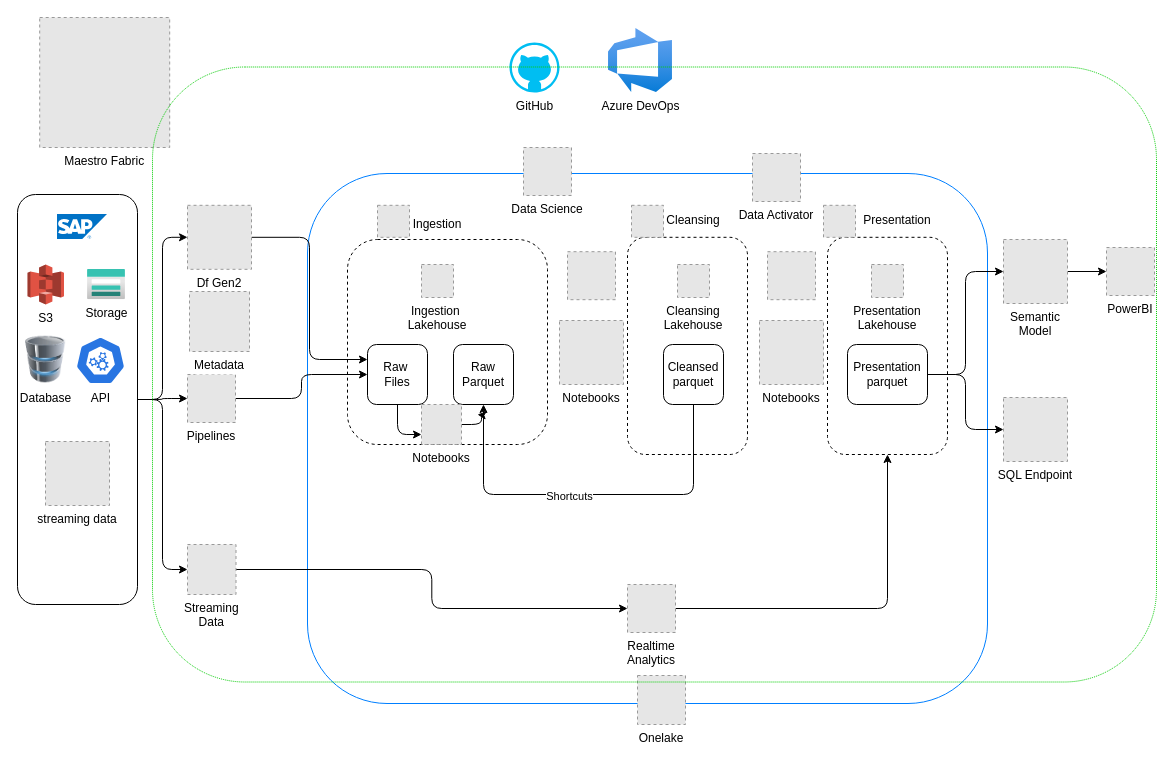
Above: page "Detail Architectuur" (6 of 6) of Fabric.drawio in reitse/FabulousFabricFiles (draw.io), before the change. Source tidied: cells renumbered, new cells numbered last; positions are measured from the earlier drawing's top-left corner, leaving out a move shared by most shapes. Both pictures are drawn from the tidied source at 100%, with x=0, y=0 at pixel (17, 17). Pictures stored in the file or linked from it are replaced by grey dashed boxes.
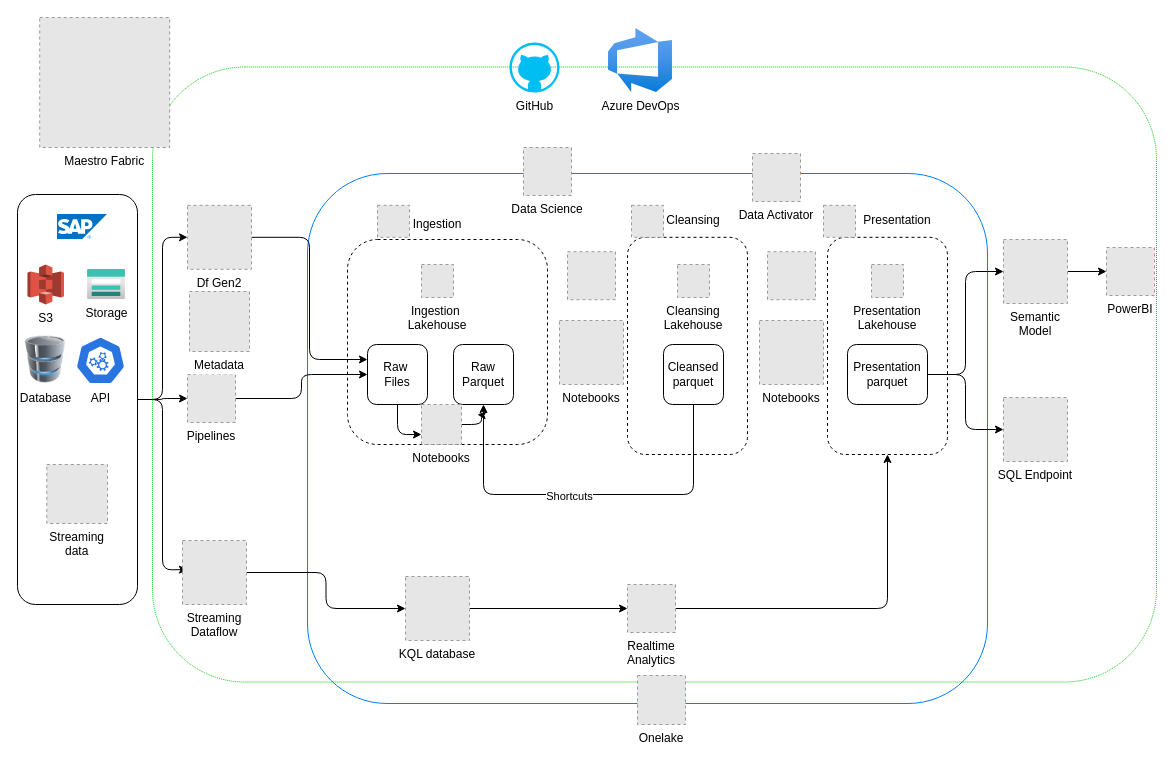
After the change.

The change refers to these unchanged cells:
```xml
<mxCell id="7" style="rounded=1;whiteSpace=wrap;html=1;" parent="1" vertex="1">
  <mxGeometry y="177" width="120" height="410" as="geometry" />
</mxCell>
<mxCell id="28" value="Realtime&#10;Analytics" style="fillColor=#E6E6E6;strokeColor=#999999;dashed=1;verticalLabelPosition=bottom;labelBackgroundColor=default;verticalAlign=top;" parent="1" vertex="1">
  <mxGeometry x="610" y="567" width="48" height="48" as="geometry" />
</mxCell>
```

Change to the diagram source:
```diff
@@
+    <mxCell id="59" style="rounded=1;whiteSpace=wrap;html=1;dashed=1;dashPattern=1 1;fillColor=none;strokeColor=#00CC00;" parent="1" vertex="1">
+      <mxGeometry x="135" y="49.5" width="1004" height="615" as="geometry" />
+    </mxCell>
-    <mxCell id="2" style="rounded=1;whiteSpace=wrap;html=1;strokeColor=#007FFF;" parent="1" vertex="1">
+    <mxCell id="2" style="rounded=1;whiteSpace=wrap;html=1;strokeColor=#007FFF;fillColor=none;" parent="1" vertex="1">
       <mxGeometry x="290" y="156" width="680" height="530" as="geometry" />
     </mxCell>
@@
-    <mxCell id="6" style="edgeStyle=orthogonalEdgeStyle;rounded=1;jettySize=auto;html=1;entryX=0;entryY=0.5;entryDx=0;entryDy=0;curved=0;" parent="1" edge="1" source="7" target="26">
-      <mxGeometry relative="1" as="geometry" />
+    <mxCell id="6" style="edgeStyle=orthogonalEdgeStyle;rounded=1;jettySize=auto;html=1;entryX=0;entryY=0.5;entryDx=0;entryDy=0;curved=0;" parent="1" edge="1" source="7">
+      <mxGeometry relative="1" as="geometry">
+        <mxPoint x="170" y="552" as="targetPoint" />
+      </mxGeometry>
     </mxCell>
@@
-    <mxCell id="25" style="edgeStyle=orthogonalEdgeStyle;rounded=1;jettySize=auto;html=1;curved=0;" parent="1" edge="1" source="26" target="28">
-      <mxGeometry relative="1" as="geometry" />
-    </mxCell>
-    <mxCell id="26" value="Streaming&#10;Data" style="fillColor=#E6E6E6;strokeColor=#999999;dashed=1;verticalLabelPosition=bottom;labelBackgroundColor=default;verticalAlign=top;" parent="1" vertex="1">
-      <mxGeometry x="170" y="527" width="48.5" height="50" as="geometry" />
-    </mxCell>
@@
-    <mxCell id="53" value="streaming data" style="fillColor=#E6E6E6;strokeColor=#999999;dashed=1;verticalLabelPosition=bottom;labelBackgroundColor=default;verticalAlign=top;" parent="1" vertex="1">
-      <mxGeometry x="28" y="424" width="64" height="64" as="geometry" />
-    </mxCell>
@@
-    <mxCell id="59" style="rounded=1;whiteSpace=wrap;html=1;dashed=1;dashPattern=1 1;fillColor=none;strokeColor=#00CC00;" parent="1" vertex="1">
-      <mxGeometry x="135" y="49.5" width="1004" height="615" as="geometry" />
-    </mxCell>
+    <mxCell id="60" style="edgeStyle=orthogonalEdgeStyle;rounded=0;jettySize=auto;html=1;" parent="1" edge="1" source="61" target="28">
+      <mxGeometry relative="1" as="geometry" />
+    </mxCell>
+    <mxCell id="61" value="KQL database" style="fillColor=#E6E6E6;strokeColor=#999999;dashed=1;verticalLabelPosition=bottom;labelBackgroundColor=default;verticalAlign=top;" parent="1" vertex="1">
+      <mxGeometry x="388" y="559" width="64" height="64" as="geometry" />
+    </mxCell>
+    <mxCell id="62" style="edgeStyle=orthogonalEdgeStyle;rounded=1;jettySize=auto;html=1;curved=0;" parent="1" edge="1" source="63" target="61">
+      <mxGeometry relative="1" as="geometry" />
+    </mxCell>
+    <mxCell id="63" value="Streaming&#10;Dataflow" style="fillColor=#E6E6E6;strokeColor=#999999;dashed=1;verticalLabelPosition=bottom;labelBackgroundColor=default;verticalAlign=top;" parent="1" vertex="1">
+      <mxGeometry x="165" y="523" width="64" height="64" as="geometry" />
+    </mxCell>
+    <mxCell id="64" value="Streaming&#10;data" style="fillColor=#E6E6E6;strokeColor=#999999;dashed=1;verticalLabelPosition=bottom;labelBackgroundColor=default;verticalAlign=top;" parent="1" vertex="1">
+      <mxGeometry x="29.3" y="447" width="60.7" height="59" as="geometry" />
+    </mxCell>
```
